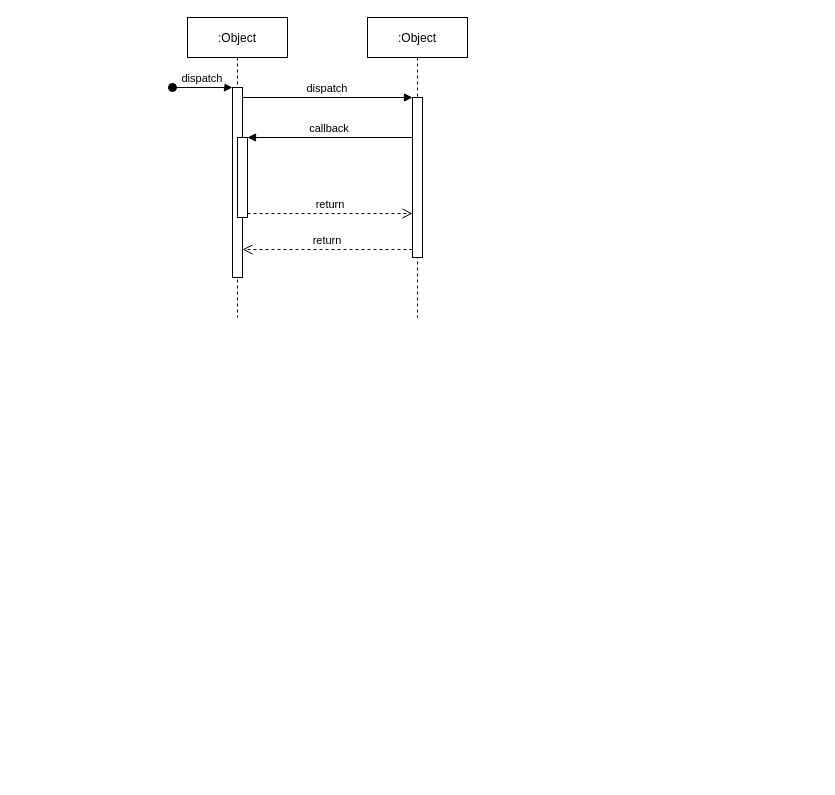
The draw.io diagram contractbreakdownsequence.drawio in dajin-kingland/UMLdiagrams, before the edit. Source tidied: cells renumbered, new cells numbered last; positions are measured from the earlier drawing's top-left corner, leaving out a move shared by most shapes. Both pictures are drawn from the tidied source at 100%, with x=0, y=0 at pixel (172, 17).
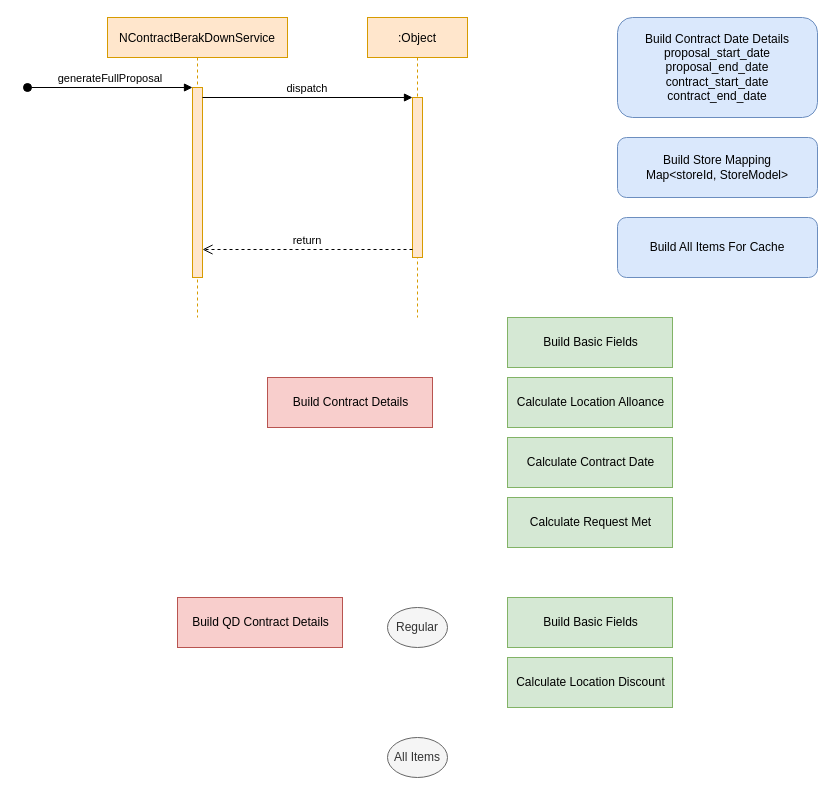
The same page after the edit.

What changed in the source:
```diff
@@
-    <mxCell id="2" value=":Object" style="shape=umlLifeline;perimeter=lifelinePerimeter;rounded=0;shadow=0;strokeWidth=1;" parent="1" vertex="1">
-      <mxGeometry x="15" width="100" height="300" as="geometry" />
+    <mxCell id="2" value="NContractBerakDownService" style="shape=umlLifeline;perimeter=lifelinePerimeter;rounded=0;shadow=0;strokeWidth=1;fillColor=#ffe6cc;strokeColor=#d79b00;" parent="1" vertex="1">
+      <mxGeometry x="-65" width="180" height="300" as="geometry" />
     </mxCell>
-    <mxCell id="3" style="points=[];perimeter=orthogonalPerimeter;rounded=0;shadow=0;strokeWidth=1;" parent="2" vertex="1">
-      <mxGeometry x="45" y="70" width="10" height="190" as="geometry" />
+    <mxCell id="3" style="points=[];perimeter=orthogonalPerimeter;rounded=0;shadow=0;strokeWidth=1;fillColor=#ffe6cc;strokeColor=#d79b00;" parent="2" vertex="1">
+      <mxGeometry x="85" y="70" width="10" height="190" as="geometry" />
     </mxCell>
-    <mxCell id="4" value="dispatch" style="verticalAlign=bottom;startArrow=oval;endArrow=block;startSize=8;shadow=0;strokeWidth=1;" parent="2" edge="1" target="3">
+    <mxCell id="4" value="generateFullProposal" style="verticalAlign=bottom;startArrow=oval;endArrow=block;startSize=8;shadow=0;strokeWidth=1;" parent="2" edge="1" target="3">
       <mxGeometry relative="1" as="geometry">
-        <mxPoint x="-15" y="70" as="sourcePoint" />
+        <mxPoint x="-80" y="70" as="sourcePoint" />
       </mxGeometry>
     </mxCell>
-    <mxCell id="5" style="points=[];perimeter=orthogonalPerimeter;rounded=0;shadow=0;strokeWidth=1;" parent="2" vertex="1">
-      <mxGeometry x="50" y="120" width="10" height="80" as="geometry" />
-    </mxCell>
-    <mxCell id="6" value=":Object" style="shape=umlLifeline;perimeter=lifelinePerimeter;rounded=0;shadow=0;strokeWidth=1;" parent="1" vertex="1">
+    <mxCell id="6" value=":Object" style="shape=umlLifeline;perimeter=lifelinePerimeter;rounded=0;shadow=0;strokeWidth=1;fillColor=#ffe6cc;strokeColor=#d79b00;" parent="1" vertex="1">
       <mxGeometry x="195" width="100" height="300" as="geometry" />
     </mxCell>
-    <mxCell id="7" style="points=[];perimeter=orthogonalPerimeter;rounded=0;shadow=0;strokeWidth=1;" parent="6" vertex="1">
+    <mxCell id="7" style="points=[];perimeter=orthogonalPerimeter;rounded=0;shadow=0;strokeWidth=1;fillColor=#ffe6cc;strokeColor=#d79b00;" parent="6" vertex="1">
       <mxGeometry x="45" y="80" width="10" height="160" as="geometry" />
     </mxCell>
@@
-    <mxCell id="10" value="callback" style="verticalAlign=bottom;endArrow=block;entryX=1;entryY=0;shadow=0;strokeWidth=1;" parent="1" edge="1" source="7" target="5">
-      <mxGeometry relative="1" as="geometry" />
-    </mxCell>
-    <mxCell id="11" value="return" style="verticalAlign=bottom;endArrow=open;dashed=1;endSize=8;exitX=1;exitY=0.95;shadow=0;strokeWidth=1;" parent="1" edge="1" source="5" target="7">
-      <mxGeometry relative="1" as="geometry" />
-    </mxCell>
+    <mxCell id="12" value="Build Contract Date Details&lt;br&gt;proposal_start_date&lt;br&gt;proposal_end_date&lt;br&gt;contract_start_date&lt;br&gt;contract_end_date" style="rounded=1;whiteSpace=wrap;html=1;fillColor=#dae8fc;strokeColor=#6c8ebf;" parent="1" vertex="1">
+      <mxGeometry x="445" width="200" height="100" as="geometry" />
+    </mxCell>
+    <mxCell id="13" value="Build Store Mapping&lt;br&gt;&lt;div style=&quot;text-align: left&quot;&gt;Map&amp;lt;storeId, StoreModel&amp;gt;&lt;/div&gt;" style="rounded=1;whiteSpace=wrap;html=1;fillColor=#dae8fc;strokeColor=#6c8ebf;align=center;" parent="1" vertex="1">
+      <mxGeometry x="445" y="120" width="200" height="60" as="geometry" />
+    </mxCell>
+    <mxCell id="14" value="Build All Items For Cache" style="rounded=1;whiteSpace=wrap;html=1;fillColor=#dae8fc;strokeColor=#6c8ebf;align=center;" parent="1" vertex="1">
+      <mxGeometry x="445" y="200" width="200" height="60" as="geometry" />
+    </mxCell>
+    <mxCell id="15" value="Calculate Request Met" style="html=1;fillColor=#d5e8d4;strokeColor=#82b366;" parent="1" vertex="1">
+      <mxGeometry x="335" y="480" width="165" height="50" as="geometry" />
+    </mxCell>
+    <mxCell id="16" value="Build Contract Details" style="html=1;fillColor=#f8cecc;strokeColor=#b85450;" parent="1" vertex="1">
+      <mxGeometry x="95" y="360" width="165" height="50" as="geometry" />
+    </mxCell>
+    <mxCell id="17" value="Build QD Contract Details" style="html=1;fillColor=#f8cecc;strokeColor=#b85450;" parent="1" vertex="1">
+      <mxGeometry x="5" y="580" width="165" height="50" as="geometry" />
+    </mxCell>
+    <mxCell id="18" value="Calculate Contract Date" style="html=1;fillColor=#d5e8d4;strokeColor=#82b366;" parent="1" vertex="1">
+      <mxGeometry x="335" y="420" width="165" height="50" as="geometry" />
+    </mxCell>
+    <mxCell id="19" value="Calculate Location Alloance" style="html=1;fillColor=#d5e8d4;strokeColor=#82b366;" parent="1" vertex="1">
+      <mxGeometry x="335" y="360" width="165" height="50" as="geometry" />
+    </mxCell>
+    <mxCell id="20" value="Build Basic Fields" style="html=1;fillColor=#d5e8d4;strokeColor=#82b366;" parent="1" vertex="1">
+      <mxGeometry x="335" y="300" width="165" height="50" as="geometry" />
+    </mxCell>
+    <mxCell id="21" value="Build Basic Fields" style="html=1;fillColor=#d5e8d4;strokeColor=#82b366;" parent="1" vertex="1">
+      <mxGeometry x="335" y="580" width="165" height="50" as="geometry" />
+    </mxCell>
+    <mxCell id="22" value="Calculate Location Discount" style="html=1;fillColor=#d5e8d4;strokeColor=#82b366;" parent="1" vertex="1">
+      <mxGeometry x="335" y="640" width="165" height="50" as="geometry" />
+    </mxCell>
+    <mxCell id="23" value="Regular" style="ellipse;whiteSpace=wrap;html=1;fillColor=#f5f5f5;strokeColor=#666666;fontColor=#333333;" parent="1" vertex="1">
+      <mxGeometry x="215" y="590" width="60" height="40" as="geometry" />
+    </mxCell>
+    <mxCell id="24" value="All Items" style="ellipse;whiteSpace=wrap;html=1;fillColor=#f5f5f5;strokeColor=#666666;fontColor=#333333;" parent="1" vertex="1">
+      <mxGeometry x="215" y="720" width="60" height="40" as="geometry" />
+    </mxCell>
```
